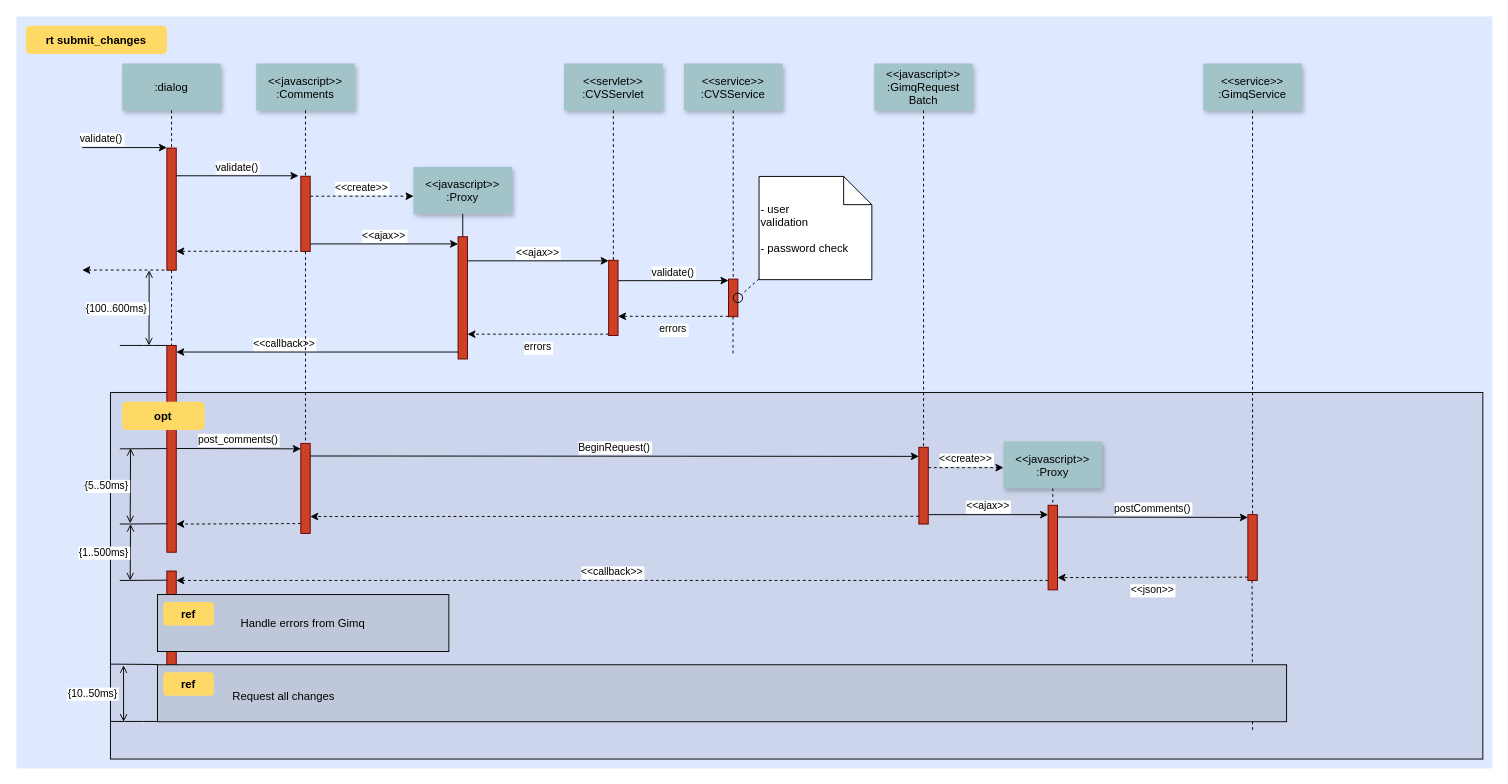
Earlier version of the draw.io diagram Untitled Diagram.drawio (zhizhengyoo/WeChatProject). Source tidied: cells renumbered, new cells numbered last; positions are measured from the earlier drawing's top-left corner, leaving out a move shared by most shapes. Both pictures are drawn from the tidied source at 94%, with x=0, y=0 at pixel (16, 16).
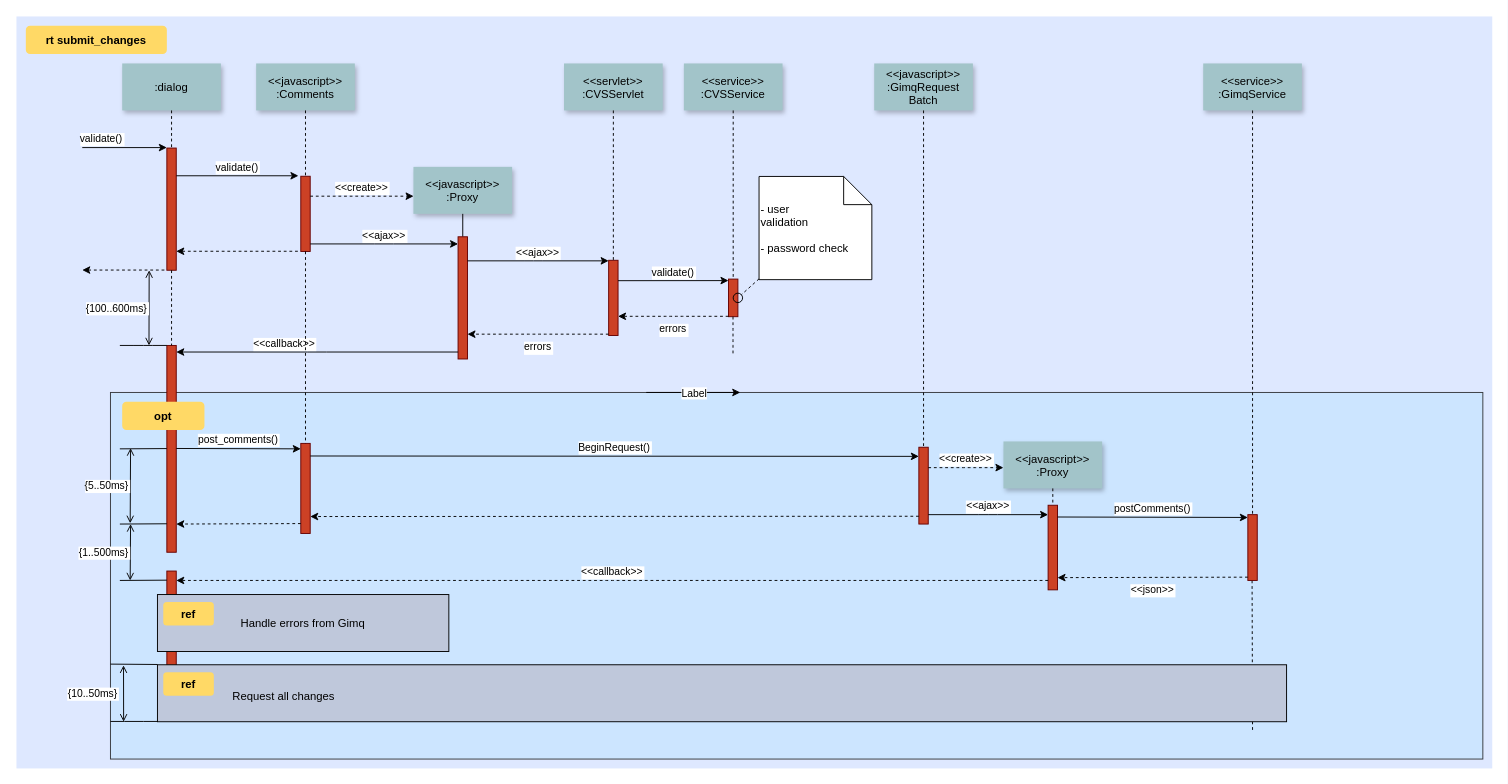
The same page after the edit.

What changed in the source:
```diff
@@
-    <mxCell id="3" style="fillColor=#CCD5EB;" parent="1" vertex="1">
+    <mxCell id="3" style="fillColor=#cce5ff;strokeColor=#36393d;" parent="1" vertex="1">
       <mxGeometry x="100" y="400" width="1460" height="390" as="geometry" />
     </mxCell>
@@
+    <mxCell id="75" style="endArrow=classic;html=1;" parent="1" edge="1">
+      <mxGeometry relative="1" as="geometry">
+        <mxPoint x="670" y="400" as="sourcePoint" />
+        <mxPoint x="770" y="400" as="targetPoint" />
+      </mxGeometry>
+    </mxCell>
+    <mxCell id="76" value="Label" style="edgeLabel;html=1;align=center;verticalAlign=middle;" parent="75" vertex="1">
+      <mxGeometry relative="1" as="geometry" />
+    </mxCell>
```
